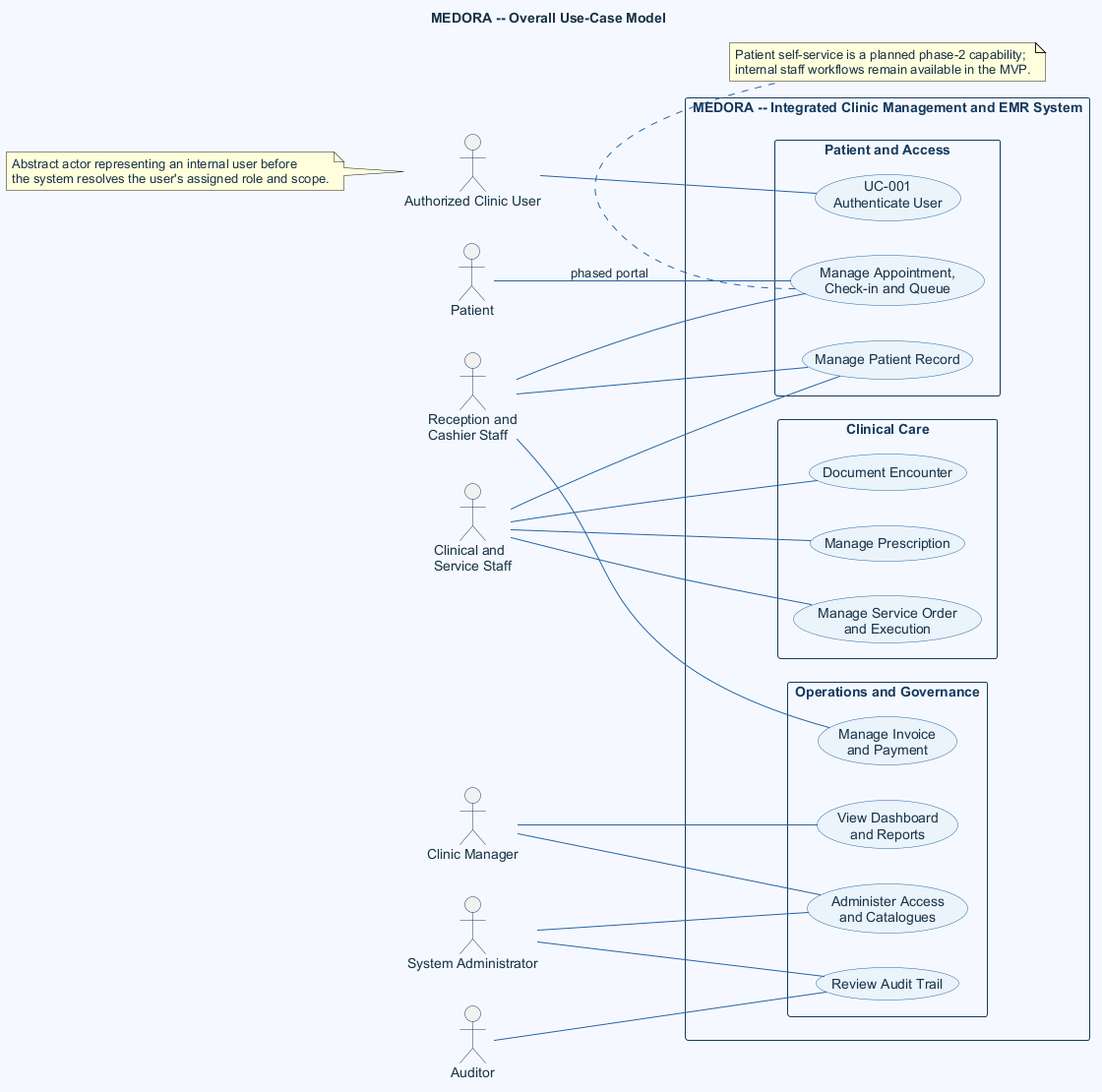
The PlantUML diagram doc/asset/03-system-requirements/use-case-model/figure/overall-use-case-model.png in DucDung-1107/SysDes_2026.1_Group_08, before a commit.
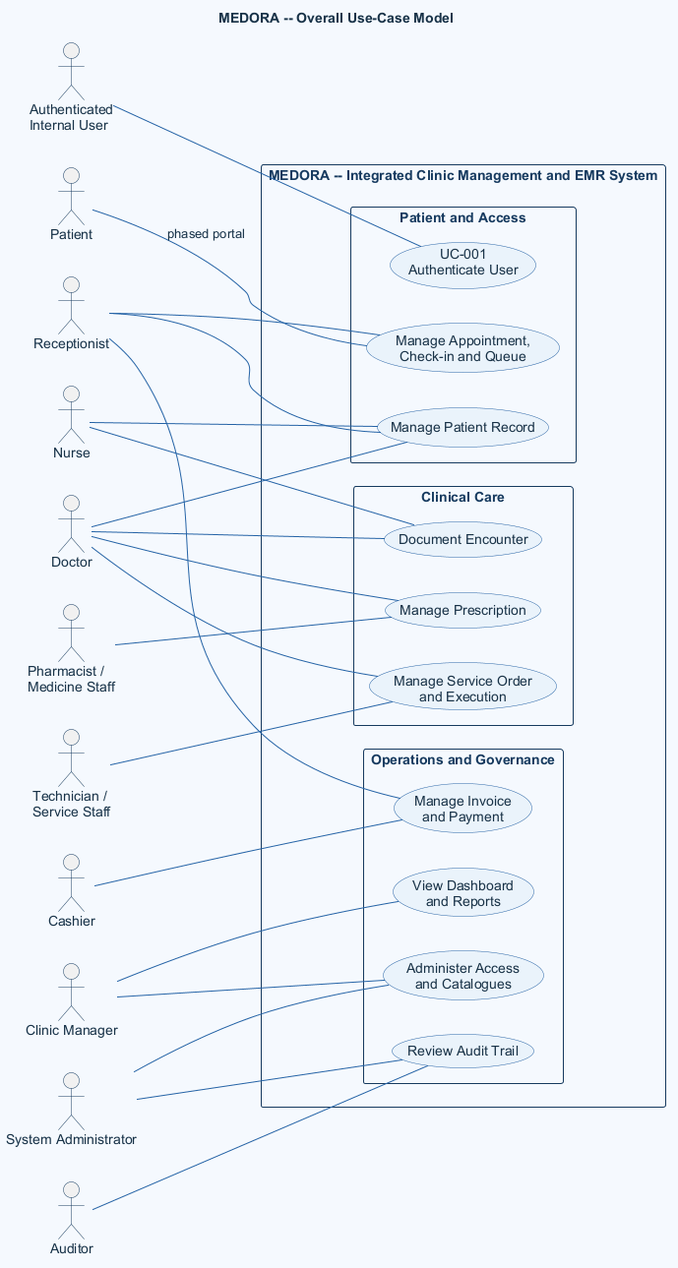
Above is the later version.

Diff of the diagram source:
```diff
@@ -23,9 +23,13 @@
 }
 
 actor Patient as patient
-actor "Authorized Clinic User" as user
-actor "Reception and\nCashier Staff" as operations
-actor "Clinical and\nService Staff" as clinical
+actor "Authenticated\nInternal User" as user
+actor Receptionist as reception
+actor Nurse as nurse
+actor Doctor as doctor
+actor "Technician /\nService Staff" as technician
+actor "Pharmacist /\nMedicine Staff" as pharmacist
+actor Cashier as cashier
 actor "Clinic Manager" as manager
 actor "System Administrator" as admin
 actor Auditor as auditor
@@ -51,13 +55,18 @@
 
 patient -- UCAppointment : phased portal
 user -- UCAuth
-operations -- UCPatient
-operations -- UCAppointment
-operations -- UCBilling
-clinical -- UCPatient
-clinical -- UCEncounter
-clinical -- UCPrescription
-clinical -- UCService
+reception -- UCPatient
+reception -- UCAppointment
+reception -- UCBilling
+nurse -- UCPatient
+nurse -- UCEncounter
+doctor -- UCPatient
+doctor -- UCEncounter
+doctor -- UCPrescription
+doctor -- UCService
+technician -- UCService
+pharmacist -- UCPrescription
+cashier -- UCBilling
 manager -- UCReporting
 manager -- UCAdmin
 admin -- UCAdmin
@@ -65,13 +74,4 @@
 auditor -- UCAudit
 
 
-note bottom of UCAppointment
-  Patient self-service is a planned phase-2 capability;
-  internal staff workflows remain available in the MVP.
-end note
-
-note left of user
-  Abstract actor representing an internal user before
-  the system resolves the user's assigned role and scope.
-end note
 @enduml
```
